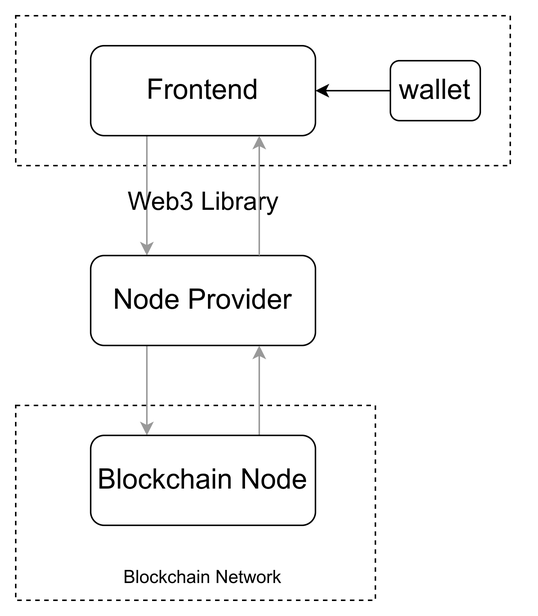
cito-lito/ba_thesis keeps this draw.io diagram as thesis_latex/images/dappcomponents1.png. Above is the earlier version. Source tidied: cells renumbered, new cells last; positions are measured from the earlier drawing's top-left corner, leaving out a move shared by most shapes.
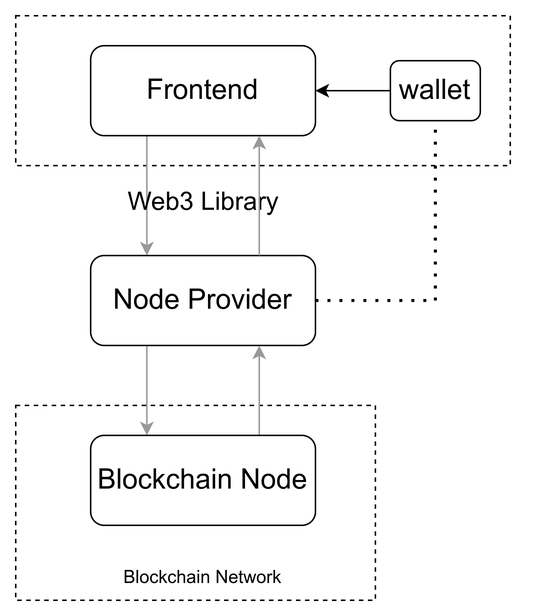
The same diagram one commit later.

The edit, as a diff of the source:
```diff
@@ -50,5 +50,18 @@
     <mxCell id="17" value="Blockchain Network" style="text;html=1;strokeColor=none;fillColor=none;align=center;verticalAlign=middle;whiteSpace=wrap;rounded=0;" parent="1" vertex="1">
       <mxGeometry x="55" y="360" width="140" height="30" as="geometry" />
     </mxCell>
+    <mxCell id="18" style="endArrow=none;dashed=1;html=1;dashPattern=1 3;strokeWidth=2;rounded=0;exitX=1;exitY=0.5;exitDx=0;exitDy=0;" parent="1" edge="1" source="9">
+      <mxGeometry relative="1" as="geometry">
+        <mxPoint x="280" y="190" as="targetPoint" />
+      </mxGeometry>
+    </mxCell>
+    <mxCell id="19" style="edgeStyle=orthogonalEdgeStyle;rounded=0;orthogonalLoop=1;jettySize=auto;html=1;exitX=0.5;exitY=1;exitDx=0;exitDy=0;" parent="1" edge="1" source="7" target="7">
+      <mxGeometry relative="1" as="geometry" />
+    </mxCell>
+    <mxCell id="20" style="endArrow=none;dashed=1;html=1;dashPattern=1 3;strokeWidth=2;rounded=0;entryX=0.5;entryY=1;entryDx=0;entryDy=0;" parent="1" edge="1" target="7">
+      <mxGeometry relative="1" as="geometry">
+        <mxPoint x="280" y="190" as="sourcePoint" />
+      </mxGeometry>
+    </mxCell>
   </root>
 </mxGraphModel>
```
